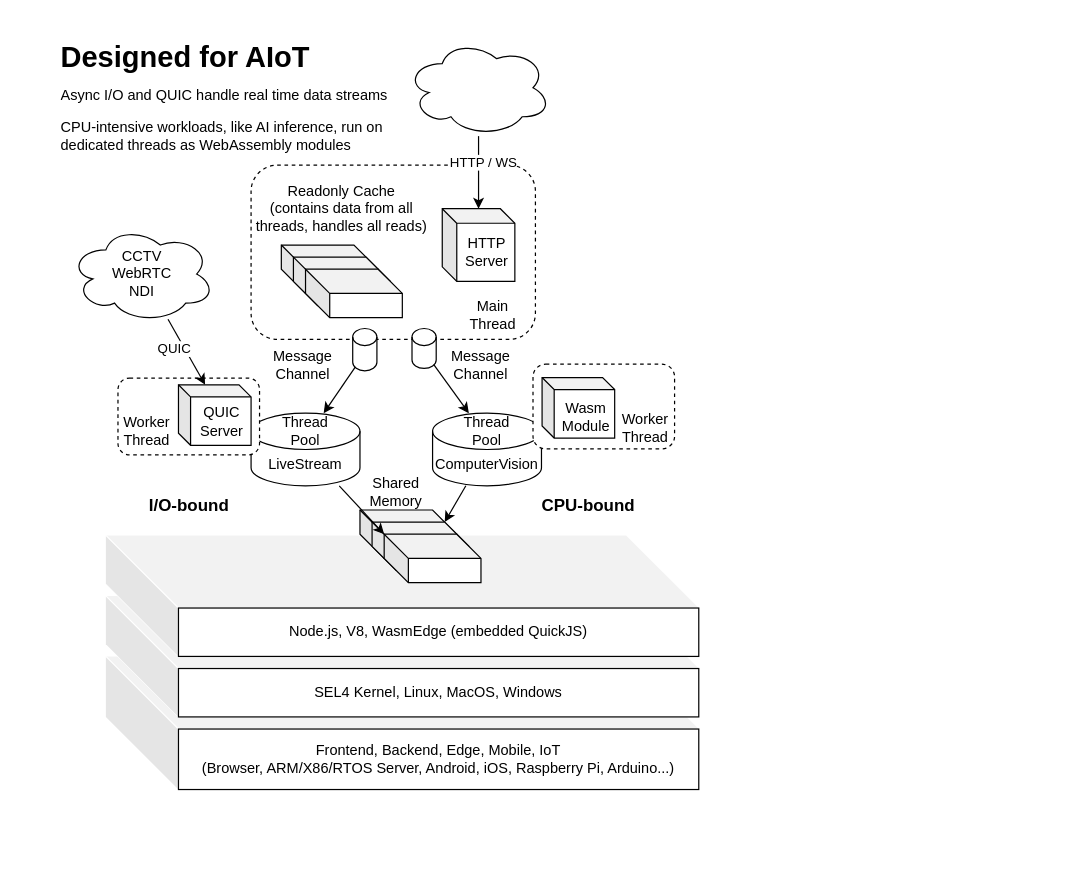
Above: page "aiot" (1 of 2) of public/arch.drawio in module-federation/aegis-host (draw.io), before the change. Source tidied: cells renumbered, new cells numbered last; positions are measured from the earlier drawing's top-left corner, leaving out a move shared by most shapes. Both pictures are drawn from the tidied source at 121%, with x=0, y=0 at pixel (21, 33).
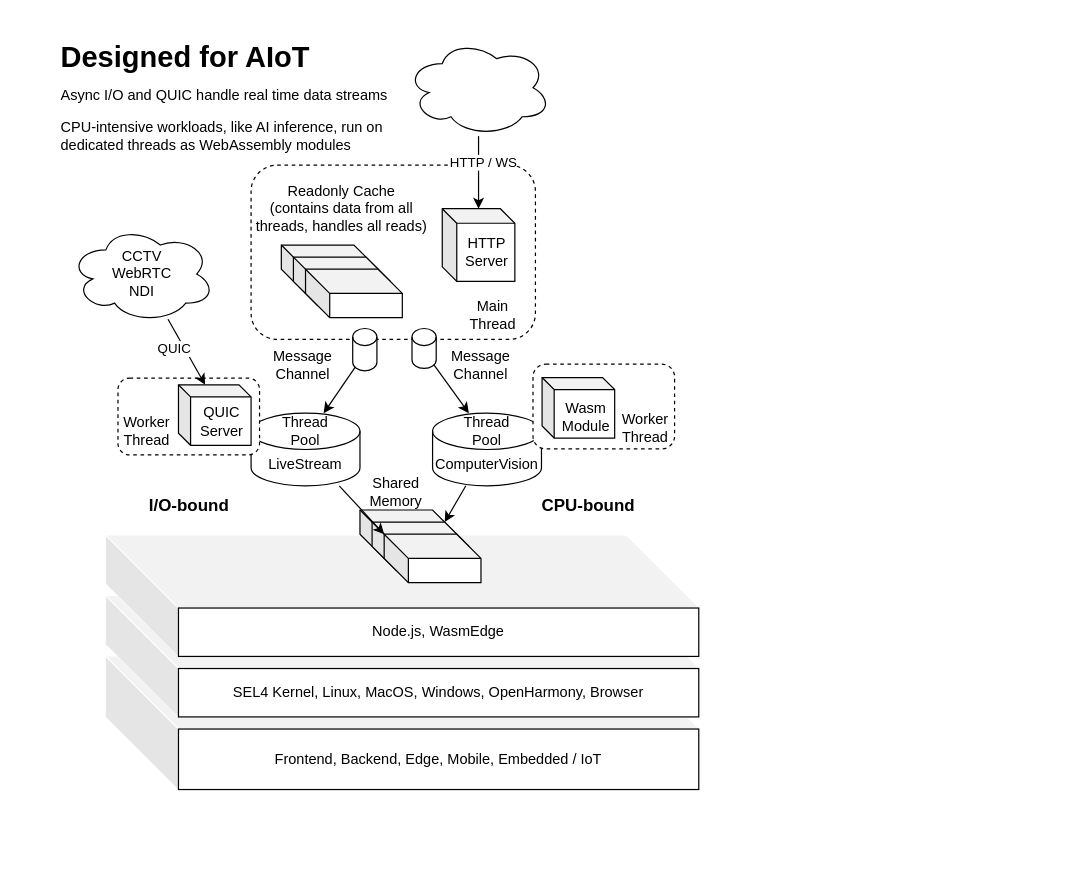
The same diagram, later.

Unchanged cells that the change refers to:
```xml
<mxCell id="2" style="group;" parent="1" vertex="1">
  <mxGeometry y="5" width="850" height="670" as="geometry" />
</mxCell>
```

What changed in the source:
```diff
@@
-    <mxCell id="50" value="Node.js, V8, WasmEdge (embedded QuickJS)" style="whiteSpace=wrap;html=1;" parent="2" vertex="1">
+    <mxCell id="50" value="Node.js, WasmEdge" style="whiteSpace=wrap;html=1;" parent="2" vertex="1">
       <mxGeometry x="130" y="470" width="430" height="40" as="geometry" />
     </mxCell>
@@
-    <mxCell id="52" value="SEL4 Kernel, Linux, MacOS, Windows" style="whiteSpace=wrap;html=1;" parent="2" vertex="1">
+    <mxCell id="52" value="SEL4 Kernel, Linux, MacOS, Windows, OpenHarmony, Browser" style="whiteSpace=wrap;html=1;" parent="2" vertex="1">
       <mxGeometry x="130" y="520" width="430" height="40" as="geometry" />
     </mxCell>
-    <mxCell id="53" value="Frontend, Backend, Edge, Mobile, IoT&lt;br&gt;(Browser, ARM/X86/RTOS Server, Android, iOS, Raspberry Pi, Arduino...)" style="whiteSpace=wrap;html=1;" parent="2" vertex="1">
+    <mxCell id="53" value="Frontend, Backend, Edge, Mobile, Embedded / IoT" style="whiteSpace=wrap;html=1;" parent="2" vertex="1">
       <mxGeometry x="130" y="570" width="430" height="50" as="geometry" />
     </mxCell>
```
